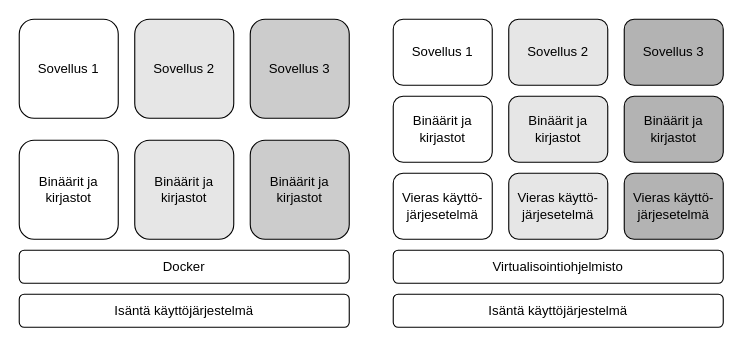
jukkapajarinen/TUNIMasterThesis keeps this draw.io diagram as assets/docker-vs-virtual-machine.drawio. Above is the earlier version. Source tidied: cells renumbered, new cells numbered last; positions are measured from the earlier drawing's top-left corner, leaving out a move shared by most shapes. Both pictures are drawn from the tidied source at 110%, with x=0, y=0 at pixel (19, 19).
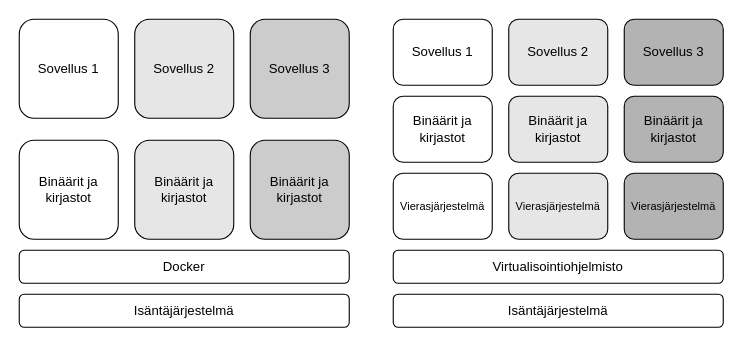
Above is the later version.

What changed in the source:
```diff
@@
-    <mxCell id="2" value="Isäntä käyttöjärjestelmä" style="rounded=1;whiteSpace=wrap;html=1;" parent="1" vertex="1">
+    <mxCell id="2" value="Isäntäjärjestelmä" style="rounded=1;whiteSpace=wrap;html=1;" parent="1" vertex="1">
       <mxGeometry y="250" width="300" height="30" as="geometry" />
     </mxCell>
@@
-    <mxCell id="10" value="Isäntä käyttöjärjestelmä" style="rounded=1;whiteSpace=wrap;html=1;" parent="1" vertex="1">
+    <mxCell id="10" value="Isäntäjärjestelmä" style="rounded=1;whiteSpace=wrap;html=1;" parent="1" vertex="1">
       <mxGeometry x="340" y="250" width="300" height="30" as="geometry" />
     </mxCell>
@@
-    <mxCell id="12" value="Vieras käyttö-järjesetelmä" style="rounded=1;whiteSpace=wrap;html=1;" parent="1" vertex="1">
+    <mxCell id="12" value="&lt;font style=&quot;font-size: 10px&quot;&gt;Vierasjärjestelmä&lt;/font&gt;" style="rounded=1;whiteSpace=wrap;html=1;" parent="1" vertex="1">
       <mxGeometry x="340" y="140" width="90" height="60" as="geometry" />
     </mxCell>
-    <mxCell id="13" value="Vieras käyttö-järjesetelmä" style="rounded=1;whiteSpace=wrap;html=1;fillColor=#B3B3B3;" parent="1" vertex="1">
+    <mxCell id="13" value="&lt;font style=&quot;font-size: 10px&quot;&gt;Vierasjärjestelmä&lt;/font&gt;" style="rounded=1;whiteSpace=wrap;html=1;fillColor=#B3B3B3;" parent="1" vertex="1">
       <mxGeometry x="550" y="140" width="90" height="60" as="geometry" />
     </mxCell>
-    <mxCell id="14" value="Vieras käyttö-järjesetelmä" style="rounded=1;whiteSpace=wrap;html=1;fillColor=#E6E6E6;" parent="1" vertex="1">
+    <mxCell id="14" value="&lt;font style=&quot;font-size: 10px&quot;&gt;Vierasjärjestelmä&lt;/font&gt;" style="rounded=1;whiteSpace=wrap;html=1;fillColor=#E6E6E6;" parent="1" vertex="1">
       <mxGeometry x="445" y="140" width="90" height="60" as="geometry" />
     </mxCell>
```
